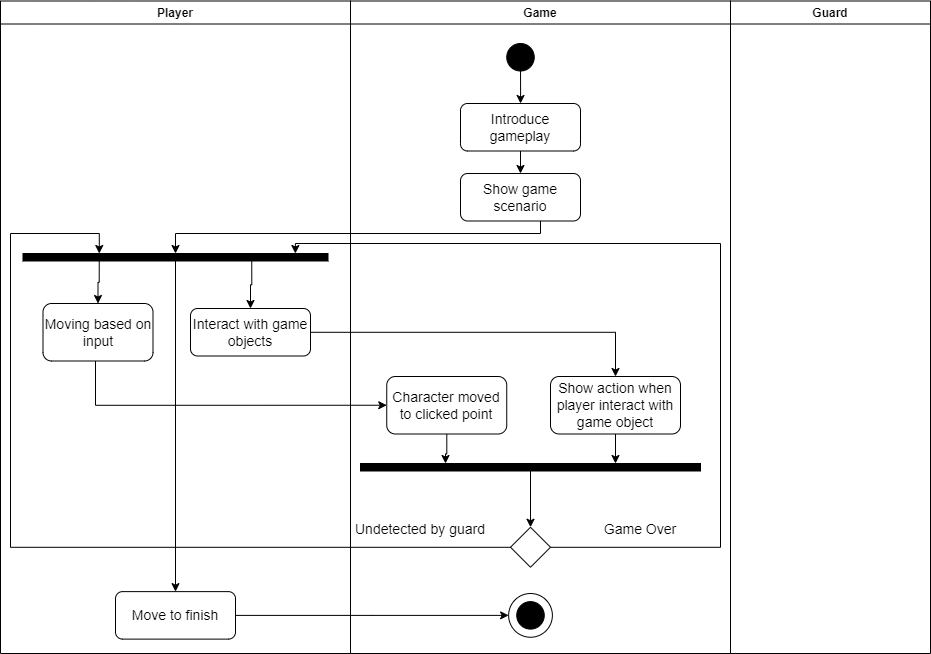
Before: activity diagram.png, a diagram exported from draw.io (johannfac/A-Lone-Burglar). Source tidied: cells renumbered, new cells last; positions are measured from the earlier drawing's top-left corner, leaving out a move shared by most shapes.
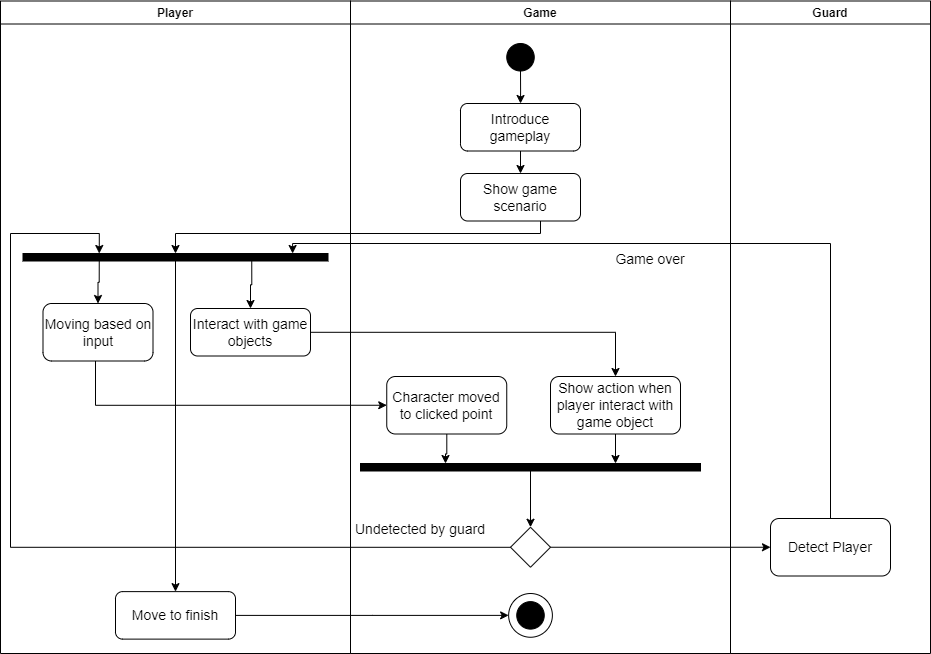
Later version of the same file.

What changed in the source:
```diff
@@ -63,9 +63,6 @@
     <mxCell id="20" value="&lt;font style=&quot;font-size: 14px;&quot;&gt;Character moved to clicked point&lt;/font&gt;" style="rounded=1;whiteSpace=wrap;html=1;fillColor=#FFFFFF;" parent="10" vertex="1">
       <mxGeometry x="36.2" y="375.5" width="120" height="57.5" as="geometry" />
     </mxCell>
-    <mxCell id="21" value="&lt;font style=&quot;font-size: 14px;&quot;&gt;Game Over&lt;/font&gt;" style="text;html=1;strokeColor=none;fillColor=none;align=center;verticalAlign=middle;whiteSpace=wrap;rounded=0;" parent="10" vertex="1">
-      <mxGeometry x="220" y="512.5" width="140" height="32.5" as="geometry" />
-    </mxCell>
     <mxCell id="22" style="rhombus;whiteSpace=wrap;html=1;fillColor=#FFFFFF;" parent="10" vertex="1">
       <mxGeometry x="160" y="526.2" width="40" height="40" as="geometry" />
     </mxCell>
@@ -81,9 +78,15 @@
     <mxCell id="26" style="ellipse;whiteSpace=wrap;html=1;fillColor=#000000;" parent="10" vertex="1">
       <mxGeometry x="166.2" y="600.6" width="27.5" height="27.5" as="geometry" />
     </mxCell>
+    <mxCell id="34" value="&lt;font style=&quot;font-size: 14px;&quot;&gt;Game over&lt;/font&gt;" style="text;html=1;strokeColor=none;fillColor=none;align=center;verticalAlign=middle;whiteSpace=wrap;rounded=0;" parent="10" vertex="1">
+      <mxGeometry x="230" y="242.5" width="140" height="32.5" as="geometry" />
+    </mxCell>
     <mxCell id="27" value="Guard" style="swimlane;fillColor=#FFFFFF;" parent="1" vertex="1">
       <mxGeometry x="730" y="-0.5" width="200" height="652.5" as="geometry" />
     </mxCell>
+    <mxCell id="35" value="&lt;font style=&quot;font-size: 14px;&quot;&gt;Detect Player&lt;/font&gt;" style="rounded=1;whiteSpace=wrap;html=1;fillColor=#FFFFFF;" parent="27" vertex="1">
+      <mxGeometry x="40" y="517.5" width="120" height="57.5" as="geometry" />
+    </mxCell>
     <mxCell id="28" style="edgeStyle=orthogonalEdgeStyle;rounded=0;jettySize=auto;html=1;entryX=0.5;entryY=0;entryDx=0;entryDy=0;" parent="1" edge="1" source="16" target="4">
       <mxGeometry relative="1" as="geometry">
         <Array as="points">
@@ -114,14 +117,16 @@
     <mxCell id="32" style="edgeStyle=orthogonalEdgeStyle;rounded=0;jettySize=auto;html=1;entryX=0;entryY=0.5;entryDx=0;entryDy=0;" parent="1" edge="1" source="8" target="11">
       <mxGeometry relative="1" as="geometry" />
     </mxCell>
-    <mxCell id="33" style="edgeStyle=orthogonalEdgeStyle;rounded=0;jettySize=auto;html=1;entryX=0.893;entryY=0;entryDx=0;entryDy=0;entryPerimeter=0;" parent="1" edge="1" source="22" target="4">
-      <mxGeometry relative="1" as="geometry">
-        <Array as="points">
-          <mxPoint x="720" y="546" />
-          <mxPoint x="720" y="242" />
-          <mxPoint x="295" y="242" />
-        </Array>
-      </mxGeometry>
-    </mxCell>
+    <mxCell id="36" style="edgeStyle=orthogonalEdgeStyle;rounded=0;jettySize=auto;html=1;entryX=0;entryY=0.5;entryDx=0;entryDy=0;" parent="1" edge="1" source="22" target="35">
+      <mxGeometry relative="1" as="geometry" />
+    </mxCell>
+    <mxCell id="37" style="edgeStyle=orthogonalEdgeStyle;rounded=0;jettySize=auto;html=1;entryX=0.884;entryY=0;entryDx=0;entryDy=0;entryPerimeter=0;" parent="1" edge="1" source="35" target="4">
+      <mxGeometry relative="1" as="geometry">
+        <Array as="points">
+          <mxPoint x="830" y="242" />
+          <mxPoint x="292" y="242" />
+        </Array>
+      </mxGeometry>
+    </mxCell>
   </root>
 </mxGraphModel>
```
